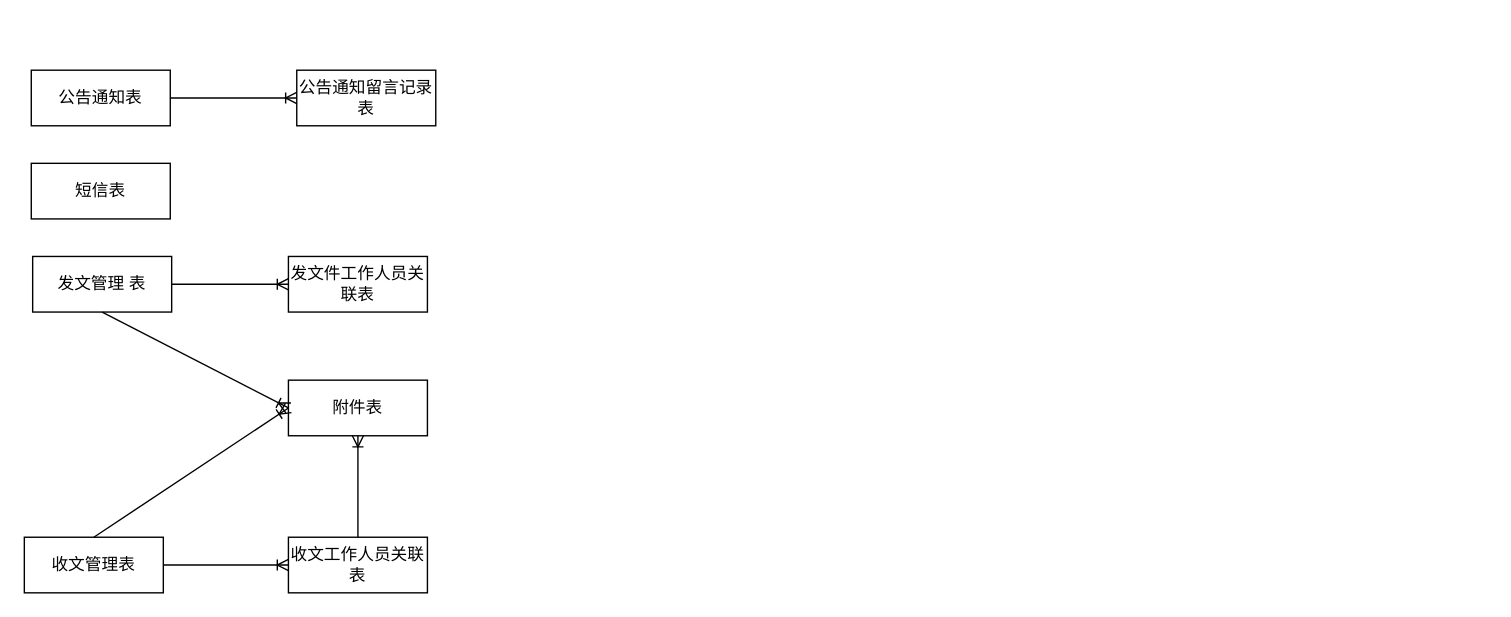
Above: file/dzzwer.drawio in DORcode/admin-demo (draw.io), before the change. Source tidied: cells renumbered, new cells numbered last; positions are measured from the earlier drawing's top-left corner, leaving out a move shared by most shapes. Both pictures are drawn from the tidied source at 139%, with x=0, y=0 at pixel (24, 70).
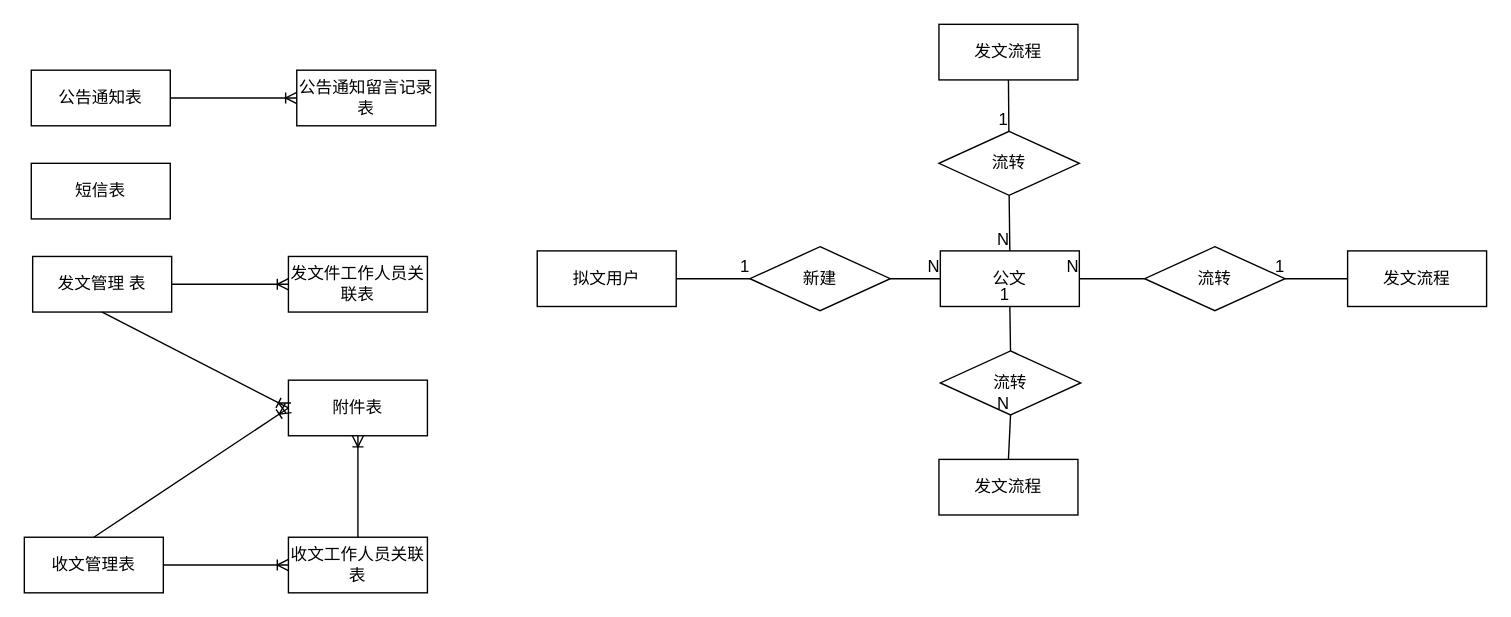
Above is the later version.

Diff of the diagram source:
```diff
@@
+    <mxCell id="16" value="公文" style="whiteSpace=wrap;html=1;align=center;" parent="1" vertex="1">
+      <mxGeometry x="659" y="130" width="100" height="40" as="geometry" />
+    </mxCell>
+    <mxCell id="17" value="拟文用户" style="whiteSpace=wrap;html=1;align=center;" parent="1" vertex="1">
+      <mxGeometry x="369" y="130" width="100" height="40" as="geometry" />
+    </mxCell>
+    <mxCell id="18" value="新建" style="shape=rhombus;perimeter=rhombusPerimeter;whiteSpace=wrap;html=1;align=center;" parent="1" vertex="1">
+      <mxGeometry x="522" y="127" width="101" height="46" as="geometry" />
+    </mxCell>
+    <mxCell id="19" style="endArrow=none;html=1;rounded=0;exitX=1;exitY=0.5;exitDx=0;exitDy=0;" parent="1" edge="1" source="17" target="18">
+      <mxGeometry relative="1" as="geometry" />
+    </mxCell>
+    <mxCell id="20" value="1" style="html=1;align=right;verticalAlign=bottom;" parent="19" vertex="1">
+      <mxGeometry x="1" relative="1" as="geometry" />
+    </mxCell>
+    <mxCell id="21" style="endArrow=none;html=1;rounded=0;exitX=1;exitY=0.5;exitDx=0;exitDy=0;entryX=0;entryY=0.5;entryDx=0;entryDy=0;" parent="1" edge="1" source="18" target="16">
+      <mxGeometry relative="1" as="geometry" />
+    </mxCell>
+    <mxCell id="22" value="N" style="html=1;align=right;verticalAlign=bottom;" parent="21" vertex="1">
+      <mxGeometry x="1" relative="1" as="geometry" />
+    </mxCell>
+    <mxCell id="23" value="发文流程" style="whiteSpace=wrap;html=1;align=center;" parent="1" vertex="1">
+      <mxGeometry x="658" y="-33" width="100" height="40" as="geometry" />
+    </mxCell>
+    <mxCell id="24" value="流转" style="shape=rhombus;perimeter=rhombusPerimeter;whiteSpace=wrap;html=1;align=center;" parent="1" vertex="1">
+      <mxGeometry x="658" y="44" width="101" height="46" as="geometry" />
+    </mxCell>
+    <mxCell id="25" style="endArrow=none;html=1;rounded=0;exitX=0.5;exitY=1;exitDx=0;exitDy=0;" parent="1" edge="1" source="23" target="24">
+      <mxGeometry relative="1" as="geometry" />
+    </mxCell>
+    <mxCell id="26" value="1" style="html=1;align=right;verticalAlign=bottom;" parent="25" vertex="1">
+      <mxGeometry x="1" relative="1" as="geometry" />
+    </mxCell>
+    <mxCell id="27" style="endArrow=none;html=1;rounded=0;exitX=0.5;exitY=1;exitDx=0;exitDy=0;entryX=0.5;entryY=0;entryDx=0;entryDy=0;" parent="1" edge="1" source="24" target="16">
+      <mxGeometry relative="1" as="geometry" />
+    </mxCell>
+    <mxCell id="28" value="N" style="html=1;align=right;verticalAlign=bottom;" parent="27" vertex="1">
+      <mxGeometry x="1" relative="1" as="geometry" />
+    </mxCell>
+    <mxCell id="29" value="流转" style="shape=rhombus;perimeter=rhombusPerimeter;whiteSpace=wrap;html=1;align=center;" parent="1" vertex="1">
+      <mxGeometry x="806" y="127" width="101" height="46" as="geometry" />
+    </mxCell>
+    <mxCell id="30" value="发文流程" style="whiteSpace=wrap;html=1;align=center;" parent="1" vertex="1">
+      <mxGeometry x="952" y="130" width="100" height="40" as="geometry" />
+    </mxCell>
+    <mxCell id="31" style="endArrow=none;html=1;rounded=0;exitX=0;exitY=0.5;exitDx=0;exitDy=0;entryX=1;entryY=0.5;entryDx=0;entryDy=0;" parent="1" edge="1" source="30" target="29">
+      <mxGeometry relative="1" as="geometry" />
+    </mxCell>
+    <mxCell id="32" value="1" style="html=1;align=right;verticalAlign=bottom;" parent="31" vertex="1">
+      <mxGeometry x="1" relative="1" as="geometry" />
+    </mxCell>
+    <mxCell id="33" style="endArrow=none;html=1;rounded=0;exitX=0;exitY=0.5;exitDx=0;exitDy=0;entryX=1;entryY=0.5;entryDx=0;entryDy=0;" parent="1" edge="1" source="29" target="16">
+      <mxGeometry relative="1" as="geometry" />
+    </mxCell>
+    <mxCell id="34" value="N" style="html=1;align=right;verticalAlign=bottom;" parent="33" vertex="1">
+      <mxGeometry x="1" relative="1" as="geometry" />
+    </mxCell>
+    <mxCell id="35" value="流转" style="shape=rhombus;perimeter=rhombusPerimeter;whiteSpace=wrap;html=1;align=center;" parent="1" vertex="1">
+      <mxGeometry x="659" y="202" width="101" height="46" as="geometry" />
+    </mxCell>
+    <mxCell id="36" value="发文流程" style="whiteSpace=wrap;html=1;align=center;" parent="1" vertex="1">
+      <mxGeometry x="658" y="280" width="100" height="40" as="geometry" />
+    </mxCell>
+    <mxCell id="37" style="endArrow=none;html=1;rounded=0;entryX=0.5;entryY=1;entryDx=0;entryDy=0;exitX=0.5;exitY=0;exitDx=0;exitDy=0;" parent="1" edge="1" source="35" target="16">
+      <mxGeometry relative="1" as="geometry" />
+    </mxCell>
+    <mxCell id="38" value="1" style="html=1;align=right;verticalAlign=bottom;" parent="37" vertex="1">
+      <mxGeometry x="1" relative="1" as="geometry" />
+    </mxCell>
+    <mxCell id="39" style="endArrow=none;html=1;rounded=0;entryX=0.5;entryY=1;entryDx=0;entryDy=0;exitX=0.5;exitY=0;exitDx=0;exitDy=0;" parent="1" edge="1" source="36" target="35">
+      <mxGeometry relative="1" as="geometry" />
+    </mxCell>
+    <mxCell id="40" value="N" style="html=1;align=right;verticalAlign=bottom;" parent="39" vertex="1">
+      <mxGeometry x="1" relative="1" as="geometry" />
+    </mxCell>
```
